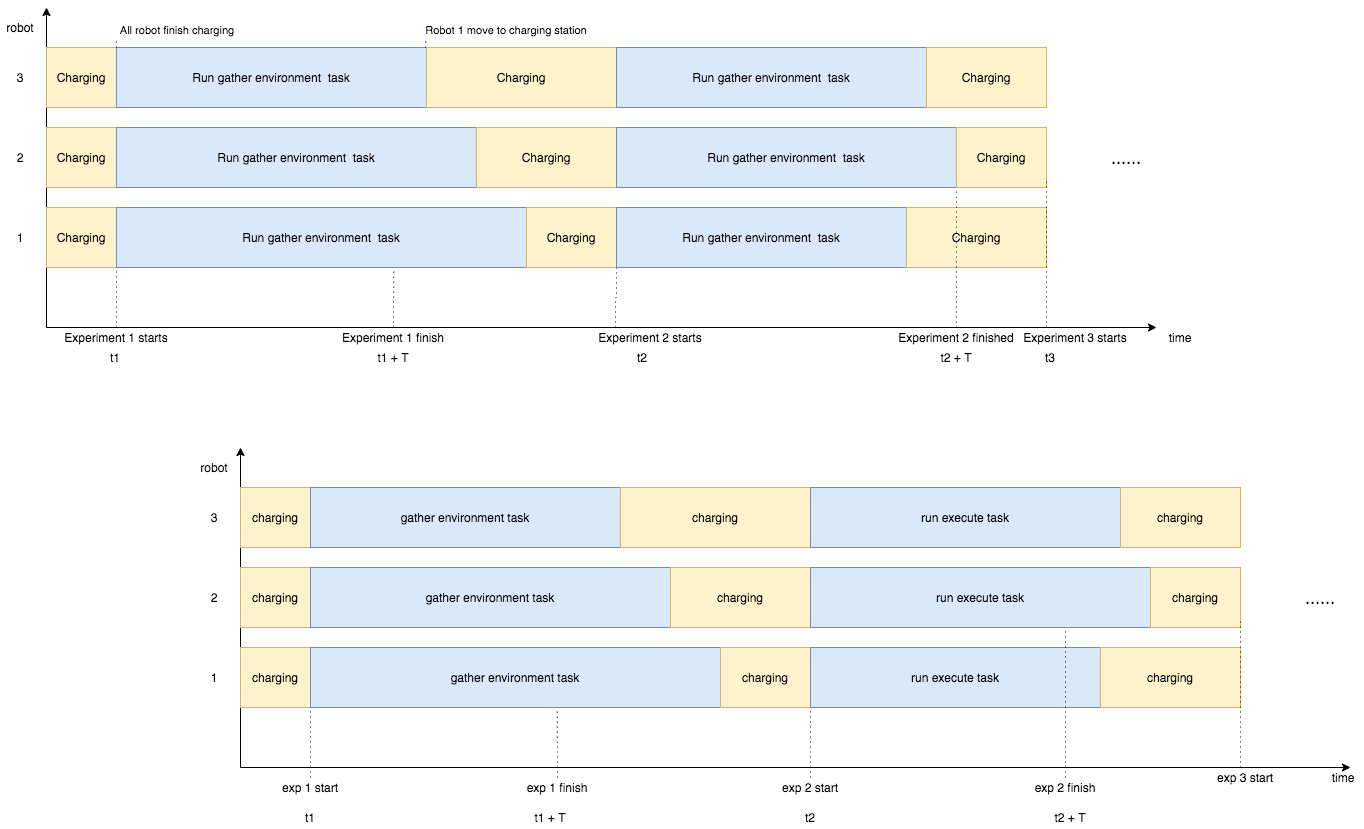
Above: Thesis/content/images/ch5/env_exp_timeline.drawio.png in xuanjiao/master_thesis (draw.io), before the change. Source tidied: cells renumbered, new cells last; positions are measured from the earlier drawing's top-left corner, leaving out a move shared by most shapes.
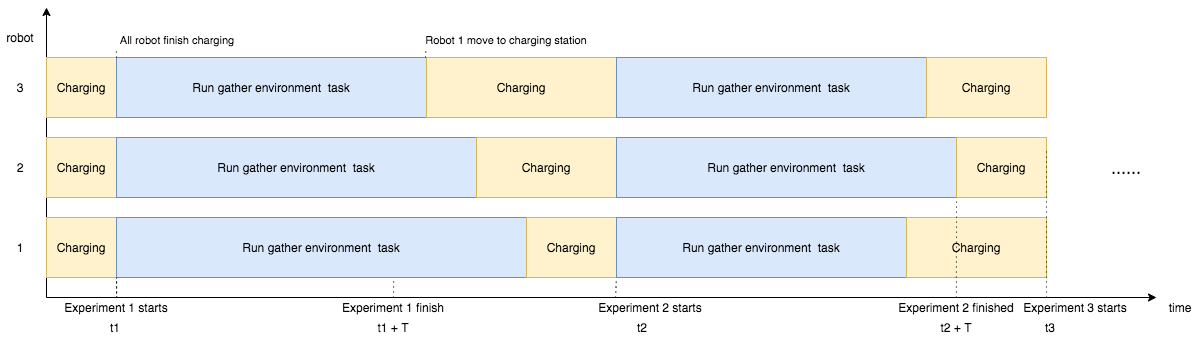
The same diagram one commit later.

What changed in the source:
```diff
@@ -4,14 +4,14 @@
     <mxCell id="1" parent="0" />
     <mxCell id="2" style="endArrow=classic;html=1;" parent="1" edge="1">
       <mxGeometry relative="1" as="geometry">
-        <mxPoint x="46" y="320" as="sourcePoint" />
-        <mxPoint x="1156" y="320" as="targetPoint" />
+        <mxPoint x="46" y="280" as="sourcePoint" />
+        <mxPoint x="1156" y="280" as="targetPoint" />
       </mxGeometry>
     </mxCell>
     <mxCell id="3" style="endArrow=classic;html=1;" parent="1" edge="1">
       <mxGeometry relative="1" as="geometry">
-        <mxPoint x="46" y="320" as="sourcePoint" />
-        <mxPoint x="46" as="targetPoint" />
+        <mxPoint x="46" y="280" as="sourcePoint" />
+        <mxPoint x="46" y="-10" as="targetPoint" />
       </mxGeometry>
     </mxCell>
     <mxCell id="4" value="Charging" style="rounded=0;whiteSpace=wrap;html=1;fillColor=#fff2cc;strokeColor=#d6b656;" parent="1" vertex="1">
@@ -45,19 +45,19 @@
       <mxGeometry relative="1" as="geometry" />
     </mxCell>
     <mxCell id="14" value="Experiment 1 starts" style="text;html=1;strokeColor=none;fillColor=none;align=center;verticalAlign=middle;whiteSpace=wrap;rounded=0;" parent="1" vertex="1">
-      <mxGeometry x="51" y="320" width="130" height="20" as="geometry" />
+      <mxGeometry x="51" y="280" width="130" height="20" as="geometry" />
     </mxCell>
     <mxCell id="15" style="edgeStyle=orthogonalEdgeStyle;rounded=0;jettySize=auto;html=1;exitX=0.5;exitY=0;exitDx=0;exitDy=0;entryX=0.676;entryY=1.017;entryDx=0;entryDy=0;endArrow=none;endFill=0;dashed=1;dashPattern=1 4;entryPerimeter=0;" parent="1" edge="1" source="16" target="9">
       <mxGeometry relative="1" as="geometry" />
     </mxCell>
     <mxCell id="16" value="Experiment&amp;nbsp;1 finish" style="text;html=1;strokeColor=none;fillColor=none;align=center;verticalAlign=middle;whiteSpace=wrap;rounded=0;" parent="1" vertex="1">
-      <mxGeometry x="328" y="320" width="130" height="20" as="geometry" />
+      <mxGeometry x="328" y="280" width="130" height="20" as="geometry" />
     </mxCell>
     <mxCell id="17" style="edgeStyle=orthogonalEdgeStyle;rounded=0;jettySize=auto;html=1;entryX=1;entryY=1;entryDx=0;entryDy=0;endArrow=none;endFill=0;dashed=1;dashPattern=1 4;exitX=0.25;exitY=0;exitDx=0;exitDy=0;" parent="1" edge="1" source="18" target="12">
       <mxGeometry relative="1" as="geometry" />
     </mxCell>
     <mxCell id="18" value="Experiment&amp;nbsp;&lt;span style=&quot;text-align: left&quot;&gt;2 starts&lt;/span&gt;" style="text;html=1;strokeColor=none;fillColor=none;align=center;verticalAlign=middle;whiteSpace=wrap;rounded=0;" parent="1" vertex="1">
-      <mxGeometry x="580" y="320" width="140" height="20" as="geometry" />
+      <mxGeometry x="580" y="280" width="140" height="20" as="geometry" />
     </mxCell>
     <mxCell id="19" value="Run gather environment&amp;nbsp; task" style="rounded=0;whiteSpace=wrap;html=1;fillColor=#dae8fc;strokeColor=#6c8ebf;" parent="1" vertex="1">
       <mxGeometry x="616" y="40" width="310" height="60" as="geometry" />
@@ -81,10 +81,10 @@
       <mxGeometry relative="1" as="geometry" />
     </mxCell>
     <mxCell id="26" value="Experiment 2 finished" style="text;html=1;strokeColor=none;fillColor=none;align=center;verticalAlign=middle;whiteSpace=wrap;rounded=0;" parent="1" vertex="1">
-      <mxGeometry x="890.9" y="320" width="130" height="20" as="geometry" />
+      <mxGeometry x="890.9" y="280" width="130" height="20" as="geometry" />
     </mxCell>
     <mxCell id="27" value="time" style="text;html=1;strokeColor=none;fillColor=none;align=center;verticalAlign=middle;whiteSpace=wrap;rounded=0;" parent="1" vertex="1">
-      <mxGeometry x="1160" y="320" width="40" height="20" as="geometry" />
+      <mxGeometry x="1160" y="280" width="40" height="20" as="geometry" />
     </mxCell>
     <mxCell id="28" value="robot" style="text;html=1;strokeColor=none;fillColor=none;align=center;verticalAlign=middle;whiteSpace=wrap;rounded=0;" parent="1" vertex="1">
       <mxGeometry y="10" width="40" height="20" as="geometry" />
@@ -102,12 +102,12 @@
       <mxGeometry x="1106" y="140" width="40" height="20" as="geometry" />
     </mxCell>
     <mxCell id="33" value="Experiment 3 starts" style="text;html=1;strokeColor=none;fillColor=none;align=center;verticalAlign=middle;whiteSpace=wrap;rounded=0;" parent="1" vertex="1">
-      <mxGeometry x="1010" y="320" width="130" height="20" as="geometry" />
+      <mxGeometry x="1010" y="280" width="130" height="20" as="geometry" />
     </mxCell>
     <mxCell id="34" style="edgeStyle=orthogonalEdgeStyle;rounded=0;orthogonalLoop=1;jettySize=auto;html=1;entryX=1;entryY=1;entryDx=0;entryDy=0;endArrow=none;endFill=0;dashed=1;dashPattern=1 4;" parent="1" edge="1">
       <mxGeometry relative="1" as="geometry">
-        <mxPoint x="1046" y="320" as="sourcePoint" />
-        <mxPoint x="1046" y="170" as="targetPoint" />
+        <mxPoint x="1046" y="280" as="sourcePoint" />
+        <mxPoint x="1046" y="130" as="targetPoint" />
       </mxGeometry>
     </mxCell>
     <mxCell id="35" style="edgeStyle=orthogonalEdgeStyle;rounded=0;orthogonalLoop=1;jettySize=auto;html=1;exitX=0.5;exitY=1;exitDx=0;exitDy=0;dashed=1;dashPattern=1 4;endArrow=none;endFill=0;strokeColor=#000000;" parent="1" edge="1" source="33" target="33">
@@ -129,143 +129,20 @@
         <mxPoint x="425" y="40" as="sourcePoint" />
       </mxGeometry>
     </mxCell>
-    <mxCell id="40" style="endArrow=classic;html=1;" parent="1" edge="1">
-      <mxGeometry relative="1" as="geometry">
-        <mxPoint x="240" y="760" as="sourcePoint" />
-        <mxPoint x="1350" y="760" as="targetPoint" />
-      </mxGeometry>
-    </mxCell>
-    <mxCell id="41" style="endArrow=classic;html=1;" parent="1" edge="1">
-      <mxGeometry relative="1" as="geometry">
-        <mxPoint x="240" y="760" as="sourcePoint" />
-        <mxPoint x="240" y="440" as="targetPoint" />
-      </mxGeometry>
-    </mxCell>
-    <mxCell id="42" value="charging" style="rounded=0;whiteSpace=wrap;html=1;fillColor=#fff2cc;strokeColor=#d6b656;" parent="1" vertex="1">
-      <mxGeometry x="240" y="480" width="70" height="60" as="geometry" />
-    </mxCell>
-    <mxCell id="43" value="charging" style="rounded=0;whiteSpace=wrap;html=1;fillColor=#fff2cc;strokeColor=#d6b656;" parent="1" vertex="1">
-      <mxGeometry x="240" y="560" width="70" height="60" as="geometry" />
-    </mxCell>
-    <mxCell id="44" value="charging" style="rounded=0;whiteSpace=wrap;html=1;fillColor=#fff2cc;strokeColor=#d6b656;" parent="1" vertex="1">
-      <mxGeometry x="240" y="640" width="70" height="60" as="geometry" />
-    </mxCell>
-    <mxCell id="45" value="gather environment task" style="rounded=0;whiteSpace=wrap;html=1;fillColor=#dae8fc;strokeColor=#6c8ebf;" parent="1" vertex="1">
-      <mxGeometry x="310" y="480" width="310" height="60" as="geometry" />
-    </mxCell>
-    <mxCell id="46" value="gather environment task" style="rounded=0;whiteSpace=wrap;html=1;fillColor=#dae8fc;strokeColor=#6c8ebf;" parent="1" vertex="1">
-      <mxGeometry x="310" y="560" width="360" height="60" as="geometry" />
-    </mxCell>
-    <mxCell id="47" value="gather environment task" style="rounded=0;whiteSpace=wrap;html=1;fillColor=#dae8fc;strokeColor=#6c8ebf;" parent="1" vertex="1">
-      <mxGeometry x="310" y="640" width="410" height="60" as="geometry" />
-    </mxCell>
-    <mxCell id="48" value="charging" style="rounded=0;whiteSpace=wrap;html=1;fillColor=#fff2cc;strokeColor=#d6b656;" parent="1" vertex="1">
-      <mxGeometry x="620" y="480" width="190" height="60" as="geometry" />
-    </mxCell>
-    <mxCell id="49" value="charging" style="rounded=0;whiteSpace=wrap;html=1;fillColor=#fff2cc;strokeColor=#d6b656;" parent="1" vertex="1">
-      <mxGeometry x="670" y="560" width="140" height="60" as="geometry" />
-    </mxCell>
-    <mxCell id="50" value="charging" style="rounded=0;whiteSpace=wrap;html=1;fillColor=#fff2cc;strokeColor=#d6b656;" parent="1" vertex="1">
-      <mxGeometry x="720" y="640" width="90" height="60" as="geometry" />
-    </mxCell>
-    <mxCell id="51" style="edgeStyle=orthogonalEdgeStyle;rounded=0;jettySize=auto;html=1;entryX=0;entryY=1;entryDx=0;entryDy=0;fillColor=#f5f5f5;endArrow=none;endFill=0;dashed=1;dashPattern=1 4;" parent="1" edge="1" source="52" target="47">
-      <mxGeometry relative="1" as="geometry" />
-    </mxCell>
-    <mxCell id="52" value="exp 1 start" style="text;html=1;strokeColor=none;fillColor=none;align=center;verticalAlign=middle;whiteSpace=wrap;rounded=0;" parent="1" vertex="1">
-      <mxGeometry x="245" y="770" width="130" height="20" as="geometry" />
-    </mxCell>
-    <mxCell id="53" style="edgeStyle=orthogonalEdgeStyle;rounded=0;jettySize=auto;html=1;entryX=0.602;entryY=1;entryDx=0;entryDy=0;endArrow=none;endFill=0;dashed=1;dashPattern=1 4;entryPerimeter=0;" parent="1" edge="1" source="54" target="47">
-      <mxGeometry relative="1" as="geometry" />
-    </mxCell>
-    <mxCell id="54" value="exp 1 finish" style="text;html=1;strokeColor=none;fillColor=none;align=center;verticalAlign=middle;whiteSpace=wrap;rounded=0;" parent="1" vertex="1">
-      <mxGeometry x="492" y="770" width="130" height="20" as="geometry" />
-    </mxCell>
-    <mxCell id="55" style="edgeStyle=orthogonalEdgeStyle;rounded=0;jettySize=auto;html=1;entryX=1;entryY=1;entryDx=0;entryDy=0;endArrow=none;endFill=0;dashed=1;dashPattern=1 4;" parent="1" edge="1" source="56" target="50">
-      <mxGeometry relative="1" as="geometry" />
-    </mxCell>
-    <mxCell id="56" value="exp 2 start" style="text;html=1;strokeColor=none;fillColor=none;align=center;verticalAlign=middle;whiteSpace=wrap;rounded=0;" parent="1" vertex="1">
-      <mxGeometry x="745" y="770" width="130" height="20" as="geometry" />
-    </mxCell>
-    <mxCell id="57" value="run execute task" style="rounded=0;whiteSpace=wrap;html=1;fillColor=#dae8fc;strokeColor=#6c8ebf;" parent="1" vertex="1">
-      <mxGeometry x="810" y="480" width="310" height="60" as="geometry" />
-    </mxCell>
-    <mxCell id="58" value="run execute task" style="rounded=0;whiteSpace=wrap;html=1;fillColor=#dae8fc;strokeColor=#6c8ebf;" parent="1" vertex="1">
-      <mxGeometry x="810" y="560" width="340" height="60" as="geometry" />
-    </mxCell>
-    <mxCell id="59" value="run execute task" style="rounded=0;whiteSpace=wrap;html=1;fillColor=#dae8fc;strokeColor=#6c8ebf;" parent="1" vertex="1">
-      <mxGeometry x="810" y="640" width="290" height="60" as="geometry" />
-    </mxCell>
-    <mxCell id="60" value="charging" style="rounded=0;whiteSpace=wrap;html=1;fillColor=#fff2cc;strokeColor=#d6b656;" parent="1" vertex="1">
-      <mxGeometry x="1120" y="480" width="120" height="60" as="geometry" />
-    </mxCell>
-    <mxCell id="61" value="charging" style="rounded=0;whiteSpace=wrap;html=1;fillColor=#fff2cc;strokeColor=#d6b656;" parent="1" vertex="1">
-      <mxGeometry x="1150" y="560" width="90" height="60" as="geometry" />
-    </mxCell>
-    <mxCell id="62" value="charging" style="rounded=0;whiteSpace=wrap;html=1;fillColor=#fff2cc;strokeColor=#d6b656;" parent="1" vertex="1">
-      <mxGeometry x="1100" y="640" width="140" height="60" as="geometry" />
-    </mxCell>
-    <mxCell id="63" style="edgeStyle=orthogonalEdgeStyle;rounded=0;jettySize=auto;html=1;entryX=0.75;entryY=1;entryDx=0;entryDy=0;endArrow=none;endFill=0;dashed=1;dashPattern=1 4;" parent="1" edge="1" source="64" target="58">
-      <mxGeometry relative="1" as="geometry" />
-    </mxCell>
-    <mxCell id="64" value="exp 2 finish" style="text;html=1;strokeColor=none;fillColor=none;align=center;verticalAlign=middle;whiteSpace=wrap;rounded=0;" parent="1" vertex="1">
-      <mxGeometry x="1000" y="770" width="130" height="20" as="geometry" />
-    </mxCell>
-    <mxCell id="65" value="time" style="text;html=1;strokeColor=none;fillColor=none;align=center;verticalAlign=middle;whiteSpace=wrap;rounded=0;" parent="1" vertex="1">
-      <mxGeometry x="1323" y="760" width="40" height="20" as="geometry" />
-    </mxCell>
-    <mxCell id="66" value="robot" style="text;html=1;strokeColor=none;fillColor=none;align=center;verticalAlign=middle;whiteSpace=wrap;rounded=0;" parent="1" vertex="1">
-      <mxGeometry x="194" y="450" width="40" height="20" as="geometry" />
-    </mxCell>
-    <mxCell id="67" value="1" style="text;html=1;strokeColor=none;fillColor=none;align=center;verticalAlign=middle;whiteSpace=wrap;rounded=0;" parent="1" vertex="1">
-      <mxGeometry x="194" y="660" width="40" height="20" as="geometry" />
-    </mxCell>
-    <mxCell id="68" value="2" style="text;html=1;strokeColor=none;fillColor=none;align=center;verticalAlign=middle;whiteSpace=wrap;rounded=0;" parent="1" vertex="1">
-      <mxGeometry x="194" y="580" width="40" height="20" as="geometry" />
-    </mxCell>
-    <mxCell id="69" value="3" style="text;html=1;strokeColor=none;fillColor=none;align=center;verticalAlign=middle;whiteSpace=wrap;rounded=0;" parent="1" vertex="1">
-      <mxGeometry x="194" y="500" width="40" height="20" as="geometry" />
-    </mxCell>
-    <mxCell id="70" value="......" style="text;html=1;strokeColor=none;fillColor=none;align=center;verticalAlign=middle;whiteSpace=wrap;rounded=0;fontSize=18;" parent="1" vertex="1">
-      <mxGeometry x="1300" y="580" width="40" height="20" as="geometry" />
-    </mxCell>
-    <mxCell id="71" value="exp 3 start" style="text;html=1;strokeColor=none;fillColor=none;align=center;verticalAlign=middle;whiteSpace=wrap;rounded=0;" parent="1" vertex="1">
-      <mxGeometry x="1180" y="760" width="130" height="20" as="geometry" />
-    </mxCell>
-    <mxCell id="72" style="edgeStyle=orthogonalEdgeStyle;rounded=0;orthogonalLoop=1;jettySize=auto;html=1;entryX=1;entryY=1;entryDx=0;entryDy=0;endArrow=none;endFill=0;dashed=1;dashPattern=1 4;" parent="1" edge="1">
-      <mxGeometry relative="1" as="geometry">
-        <mxPoint x="1240" y="760" as="sourcePoint" />
-        <mxPoint x="1240" y="610" as="targetPoint" />
-      </mxGeometry>
-    </mxCell>
-    <mxCell id="73" style="edgeStyle=orthogonalEdgeStyle;rounded=0;orthogonalLoop=1;jettySize=auto;html=1;exitX=0.5;exitY=1;exitDx=0;exitDy=0;dashed=1;dashPattern=1 4;endArrow=none;endFill=0;strokeColor=#000000;" parent="1" edge="1" source="71" target="71">
-      <mxGeometry relative="1" as="geometry" />
-    </mxCell>
-    <mxCell id="74" value="t1" style="text;html=1;strokeColor=none;fillColor=none;align=center;verticalAlign=middle;whiteSpace=wrap;rounded=0;" parent="1" vertex="1">
-      <mxGeometry x="290" y="800" width="40" height="20" as="geometry" />
-    </mxCell>
-    <mxCell id="75" value="t1 + T" style="text;html=1;strokeColor=none;fillColor=none;align=center;verticalAlign=middle;whiteSpace=wrap;rounded=0;" parent="1" vertex="1">
-      <mxGeometry x="530" y="800" width="40" height="20" as="geometry" />
-    </mxCell>
-    <mxCell id="76" value="t2" style="text;html=1;strokeColor=none;fillColor=none;align=center;verticalAlign=middle;whiteSpace=wrap;rounded=0;" parent="1" vertex="1">
-      <mxGeometry x="790" y="800" width="40" height="20" as="geometry" />
-    </mxCell>
-    <mxCell id="77" value="t2 + T" style="text;html=1;strokeColor=none;fillColor=none;align=center;verticalAlign=middle;whiteSpace=wrap;rounded=0;" parent="1" vertex="1">
-      <mxGeometry x="1050" y="800" width="40" height="20" as="geometry" />
-    </mxCell>
     <mxCell id="78" value="t1" style="text;html=1;strokeColor=none;fillColor=none;align=center;verticalAlign=middle;whiteSpace=wrap;rounded=0;" parent="1" vertex="1">
-      <mxGeometry x="95" y="340" width="40" height="20" as="geometry" />
+      <mxGeometry x="95" y="300" width="40" height="20" as="geometry" />
     </mxCell>
     <mxCell id="79" value="t1 + T" style="text;html=1;strokeColor=none;fillColor=none;align=center;verticalAlign=middle;whiteSpace=wrap;rounded=0;" parent="1" vertex="1">
-      <mxGeometry x="373" y="340" width="40" height="20" as="geometry" />
+      <mxGeometry x="373" y="300" width="40" height="20" as="geometry" />
     </mxCell>
     <mxCell id="80" value="t2" style="text;html=1;strokeColor=none;fillColor=none;align=center;verticalAlign=middle;whiteSpace=wrap;rounded=0;" parent="1" vertex="1">
-      <mxGeometry x="622" y="340" width="40" height="20" as="geometry" />
+      <mxGeometry x="622" y="300" width="40" height="20" as="geometry" />
     </mxCell>
     <mxCell id="81" value="t2 + T" style="text;html=1;strokeColor=none;fillColor=none;align=center;verticalAlign=middle;whiteSpace=wrap;rounded=0;" parent="1" vertex="1">
-      <mxGeometry x="935.9" y="340" width="40" height="20" as="geometry" />
+      <mxGeometry x="935.9" y="300" width="40" height="20" as="geometry" />
     </mxCell>
     <mxCell id="82" value="t3" style="text;html=1;strokeColor=none;fillColor=none;align=center;verticalAlign=middle;whiteSpace=wrap;rounded=0;" parent="1" vertex="1">
-      <mxGeometry x="1030" y="340" width="40" height="20" as="geometry" />
+      <mxGeometry x="1030" y="300" width="40" height="20" as="geometry" />
     </mxCell>
   </root>
 </mxGraphModel>
```
